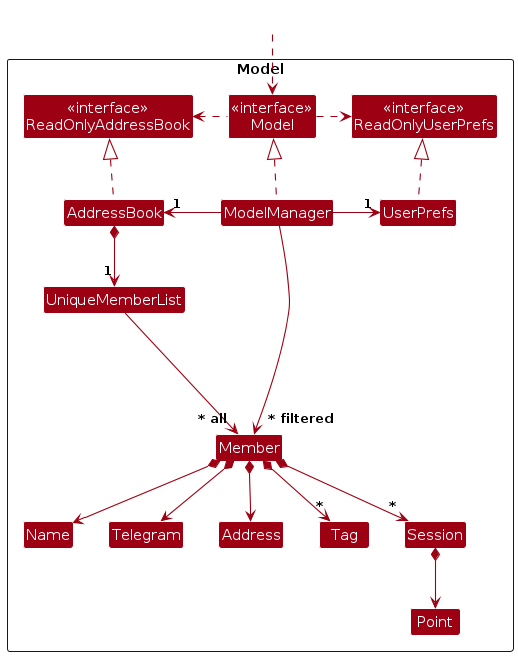
The PlantUML diagram diagrams/ModelClassDiagram.png in AY2425S1-CS2103T-W14-3/tp, before a commit. Its source is kept beside it as diagrams/ModelClassDiagram.puml.
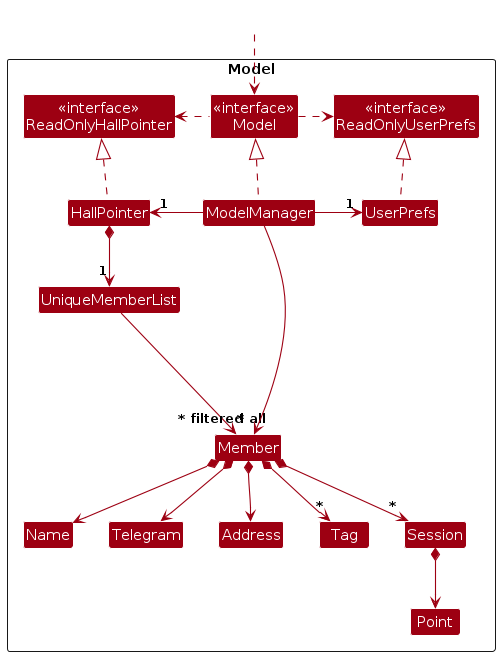
Later version of the same file.

Change to the diagram source:
```diff
@@ -5,10 +5,10 @@
 skinparam classBackgroundColor MODEL_COLOR
 
 Package Model as ModelPackage <<Rectangle>>{
-Class "<<interface>>\nReadOnlyAddressBook" as ReadOnlyAddressBook
+Class "<<interface>>\nReadOnlyHallPointer" as ReadOnlyHallPointer
 Class "<<interface>>\nReadOnlyUserPrefs" as ReadOnlyUserPrefs
 Class "<<interface>>\nModel" as Model
-Class AddressBook
+Class HallPointer
 Class ModelManager
 Class UserPrefs
 
@@ -27,16 +27,16 @@
 Class HiddenOutside #FFFFFF
 HiddenOutside ..> Model
 
-AddressBook .up.|> ReadOnlyAddressBook
+HallPointer .up.|> ReadOnlyHallPointer
 
 ModelManager .up.|> Model
 Model .right.> ReadOnlyUserPrefs
-Model .left.> ReadOnlyAddressBook
-ModelManager -left-> "1" AddressBook
+Model .left.> ReadOnlyHallPointer
+ModelManager -left-> "1" HallPointer
 ModelManager -right-> "1" UserPrefs
 UserPrefs .up.|> ReadOnlyUserPrefs
 
-AddressBook *--> "1" UniqueMemberList
+HallPointer *--> "1" UniqueMemberList
 UniqueMemberList --> "~* all" Member
 Member *--> Name
 Member *--> Telegram
```
